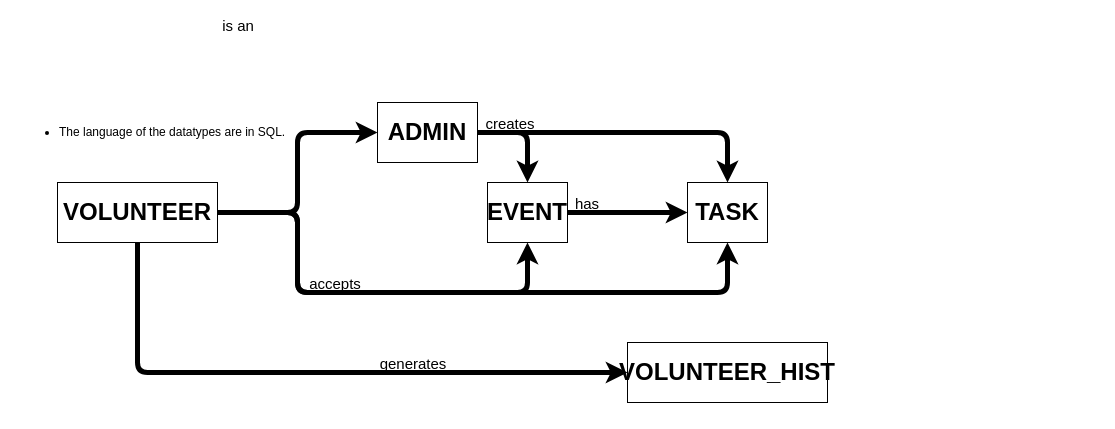
Imanoodle13/COSC4353-Assignments keeps this draw.io diagram as Assignment1/UML_database.drawio. Above is the earlier version. Source tidied: cells renumbered, new cells numbered last; positions are measured from the earlier drawing's top-left corner, leaving out a move shared by most shapes. Both pictures are drawn from the tidied source at 100%, with x=0, y=0 at pixel (17, 102).
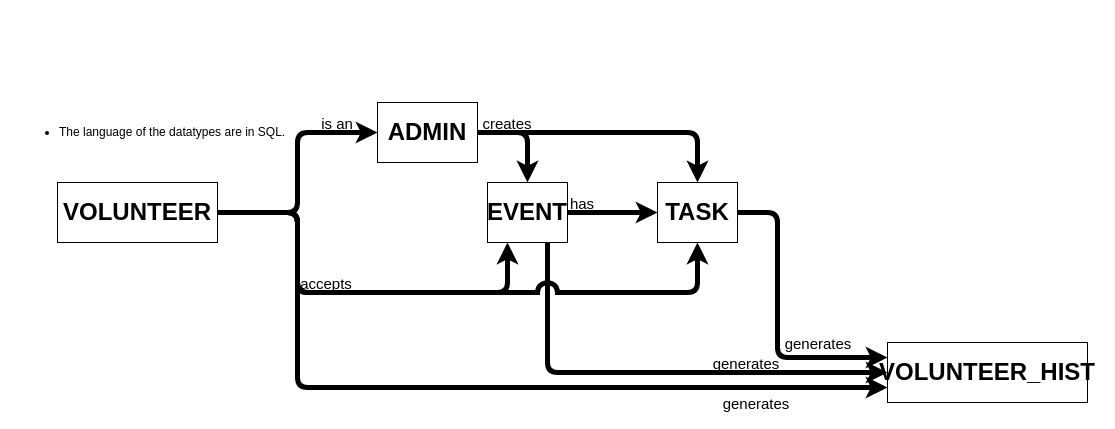
After the change.

Commit message:
Refactored Conceptual Database UML

Unchanged cells that the change refers to:
```xml
<mxCell id="4" value="VOLUNTEER" style="whiteSpace=wrap;fillColor=none;fontFamily=Calibri;fontColor=light-dark(#000000,#0038FF);fontSize=24;fontStyle=1;align=center;" parent="1" vertex="1">
  <mxGeometry x="40" y="80" width="160" height="60" as="geometry" />
</mxCell>
<mxCell id="5" value="ADMIN" style="whiteSpace=wrap;fillColor=none;fontFamily=Calibri;fontColor=light-dark(#000000,#00F3FF);fontSize=24;fontStyle=1;align=center;" parent="1" vertex="1">
  <mxGeometry x="360" width="100" height="60" as="geometry" />
</mxCell>
<mxCell id="7" value="EVENT" style="whiteSpace=wrap;fillColor=none;fontFamily=Calibri;fontColor=light-dark(#000000,#FF7100);fontSize=24;fontStyle=1;align=center;" parent="1" vertex="1">
  <mxGeometry x="470" y="80" width="80" height="60" as="geometry" />
</mxCell>
```

The edit, as a diff of the source:
```diff
@@
+    <mxCell id="15" value="generates" style="edgeStyle=elbowEdgeStyle;exitX=0.75;exitY=1;exitDx=0;exitDy=0;entryX=0;entryY=0.5;entryDx=0;entryDy=0;strokeColor=light-dark(#000000,#FF7100);strokeWidth=5;fontFamily=Calibri;fontColor=light-dark(#000000,#FF7100);labelBackgroundColor=none;fontSize=15;jumpStyle=arc;jumpSize=12;" parent="1" edge="1" source="7" target="6">
+      <mxGeometry x="0.4" y="10" relative="1" as="geometry">
+        <Array as="points">
+          <mxPoint x="530" y="200" />
+        </Array>
+      </mxGeometry>
+    </mxCell>
@@
-    <mxCell id="3" style="edgeStyle=orthogonalEdgeStyle;exitX=1;exitY=0.5;exitDx=0;exitDy=0;entryX=0;entryY=0.5;entryDx=0;entryDy=0;strokeColor=light-dark(#000000,#0038FF);strokeWidth=5;fontFamily=Calibri;fontColor=light-dark(#000000,#0038FF);labelBackgroundColor=none;jumpStyle=arc;" parent="1" edge="1" source="4" target="5">
+    <mxCell id="3" style="edgeStyle=orthogonalEdgeStyle;exitX=1;exitY=0.5;exitDx=0;exitDy=0;entryX=0;entryY=0.5;entryDx=0;entryDy=0;strokeColor=light-dark(#000000,#0038FF);strokeWidth=5;fontFamily=Calibri;fontColor=light-dark(#000000,#0038FF);labelBackgroundColor=none;jumpStyle=arc;jumpSize=12;" parent="1" edge="1" source="4" target="5">
       <mxGeometry relative="1" as="geometry" />
     </mxCell>
@@
     <mxCell id="6" value="VOLUNTEER_HIST" style="whiteSpace=wrap;fillColor=none;fontFamily=Calibri;fontColor=light-dark(#000000,#9300FF);fontSize=24;fontStyle=1;align=center;" parent="1" vertex="1">
-      <mxGeometry x="610" y="240" width="200" height="60" as="geometry" />
+      <mxGeometry x="870" y="240" width="200" height="60" as="geometry" />
     </mxCell>
@@
     <mxCell id="8" value="TASK" style="whiteSpace=wrap;fillColor=none;fontFamily=Calibri;fontColor=light-dark(#000000,#FFC600);fontSize=24;fontStyle=1;align=center;" parent="1" vertex="1">
-      <mxGeometry x="670" y="80" width="80" height="60" as="geometry" />
+      <mxGeometry x="640" y="80" width="80" height="60" as="geometry" />
     </mxCell>
-    <mxCell id="9" value="is an" style="edgeStyle=orthogonalEdgeStyle;exitX=1;exitY=0.5;exitDx=0;exitDy=0;entryX=0.5;entryY=1;entryDx=0;entryDy=0;strokeColor=light-dark(#000000,#0038FF);strokeWidth=5;fontFamily=Calibri;fontColor=light-dark(#000000,#0038FF);flowAnimation=0;labelBackgroundColor=none;fontSize=15;jumpStyle=arc;" parent="1" edge="1" source="4" target="7">
-      <mxGeometry x="-0.64" y="98" relative="1" as="geometry">
+    <mxCell id="9" value="is an" style="edgeStyle=orthogonalEdgeStyle;exitX=1;exitY=0.5;exitDx=0;exitDy=0;entryX=0.25;entryY=1;entryDx=0;entryDy=0;strokeColor=light-dark(#000000,#0038FF);strokeWidth=5;fontFamily=Calibri;fontColor=light-dark(#000000,#0038FF);flowAnimation=0;labelBackgroundColor=none;fontSize=15;jumpStyle=arc;jumpSize=12;" parent="1" edge="1" source="4" target="7">
+      <mxGeometry x="-0.62" y="98" relative="1" as="geometry">
         <Array as="points">
           <mxPoint x="280" y="110" />
           <mxPoint x="280" y="190" />
-          <mxPoint x="510" y="190" />
+          <mxPoint x="490" y="190" />
         </Array>
         <mxPoint x="-58" y="-90" as="offset" />
       </mxGeometry>
     </mxCell>
-    <mxCell id="10" value="generates" style="edgeStyle=orthogonalEdgeStyle;exitX=0.5;exitY=1;exitDx=0;exitDy=0;entryX=0;entryY=0.5;entryDx=0;entryDy=0;strokeColor=light-dark(#000000,#0038FF);strokeWidth=5;fontFamily=Calibri;fontColor=light-dark(#000000,#0038FF);flowAnimation=0;labelBackgroundColor=none;fontSize=15;jumpStyle=arc;" parent="1" edge="1" source="4" target="6">
-      <mxGeometry x="0.31" y="10" relative="1" as="geometry" />
+    <mxCell id="10" value="generates" style="edgeStyle=orthogonalEdgeStyle;exitX=1;exitY=0.5;exitDx=0;exitDy=0;entryX=0;entryY=0.75;entryDx=0;entryDy=0;strokeColor=light-dark(#000000,#0038FF);strokeWidth=5;fontFamily=Calibri;fontColor=light-dark(#000000,#0038FF);flowAnimation=0;labelBackgroundColor=none;fontSize=15;jumpStyle=arc;jumpSize=12;" parent="1" edge="1" source="4" target="6">
+      <mxGeometry x="0.69" y="-15" relative="1" as="geometry">
+        <Array as="points">
+          <mxPoint x="280" y="110" />
+          <mxPoint x="280" y="285" />
+        </Array>
+      </mxGeometry>
     </mxCell>
-    <mxCell id="11" style="edgeStyle=orthogonalEdgeStyle;exitX=1;exitY=0.5;exitDx=0;exitDy=0;entryX=0.5;entryY=0;entryDx=0;entryDy=0;strokeColor=light-dark(#000000,#00F3FF);strokeWidth=5;fontFamily=Calibri;fontColor=light-dark(#000000,#0038FF);labelBackgroundColor=none;jumpStyle=arc;" parent="1" edge="1" source="5" target="7">
+    <mxCell id="11" style="edgeStyle=orthogonalEdgeStyle;exitX=1;exitY=0.5;exitDx=0;exitDy=0;entryX=0.5;entryY=0;entryDx=0;entryDy=0;strokeColor=light-dark(#000000,#00F3FF);strokeWidth=5;fontFamily=Calibri;fontColor=light-dark(#000000,#0038FF);labelBackgroundColor=none;jumpStyle=arc;jumpSize=12;" parent="1" edge="1" source="5" target="7">
       <mxGeometry relative="1" as="geometry" />
     </mxCell>
-    <mxCell id="12" value="creates" style="edgeStyle=orthogonalEdgeStyle;exitX=1;exitY=0.5;exitDx=0;exitDy=0;strokeColor=light-dark(#000000,#00F3FF);strokeWidth=5;fontFamily=Calibri;fontColor=light-dark(#000000,#00F3FF);labelBackgroundColor=none;entryX=0.5;entryY=0;entryDx=0;entryDy=0;fontSize=15;jumpStyle=arc;" parent="1" edge="1" source="5" target="8">
+    <mxCell id="12" value="creates" style="edgeStyle=orthogonalEdgeStyle;exitX=1;exitY=0.5;exitDx=0;exitDy=0;strokeColor=light-dark(#000000,#00F3FF);strokeWidth=5;fontFamily=Calibri;fontColor=light-dark(#000000,#00F3FF);labelBackgroundColor=none;entryX=0.5;entryY=0;entryDx=0;entryDy=0;fontSize=15;jumpStyle=arc;jumpSize=12;" parent="1" edge="1" source="5" target="8">
       <mxGeometry x="-0.78" y="10" relative="1" as="geometry" />
     </mxCell>
@@
-    <mxCell id="14" value="accepts" style="edgeStyle=orthogonalEdgeStyle;exitX=1;exitY=0.5;exitDx=0;exitDy=0;entryX=0.5;entryY=1;entryDx=0;entryDy=0;strokeColor=light-dark(#000000,#0038FF);strokeWidth=5;fontFamily=Calibri;fontColor=light-dark(#000000,#0038FF);flowAnimation=0;labelBackgroundColor=none;fontSize=15;jumpStyle=arc;" parent="1" edge="1" source="4" target="8">
+    <mxCell id="14" value="accepts" style="edgeStyle=orthogonalEdgeStyle;exitX=1;exitY=0.5;exitDx=0;exitDy=0;entryX=0.5;entryY=1;entryDx=0;entryDy=0;strokeColor=light-dark(#000000,#0038FF);strokeWidth=5;fontFamily=Calibri;fontColor=light-dark(#000000,#0038FF);flowAnimation=0;labelBackgroundColor=none;fontSize=15;jumpStyle=arc;jumpSize=12;" parent="1" edge="1" source="4" target="8">
       <mxGeometry x="-0.38" y="10" relative="1" as="geometry">
         <Array as="points">
           <mxPoint x="280" y="110" />
           <mxPoint x="280" y="190" />
-          <mxPoint x="710" y="190" />
+          <mxPoint x="680" y="190" />
         </Array>
       </mxGeometry>
     </mxCell>
+    <mxCell id="16" value="generates" style="edgeStyle=orthogonalEdgeStyle;exitX=1;exitY=0.5;exitDx=0;exitDy=0;strokeColor=light-dark(#000000, #f6c843);strokeWidth=5;fontFamily=Calibri;fontColor=light-dark(#000000,#F6C843);flowAnimation=0;labelBackgroundColor=none;fontSize=15;jumpStyle=arc;entryX=0;entryY=0.25;entryDx=0;entryDy=0;jumpSize=12;" parent="1" edge="1" source="8" target="6">
+      <mxGeometry x="0.53" y="15" relative="1" as="geometry">
+        <Array as="points">
+          <mxPoint x="760" y="110" />
+          <mxPoint x="760" y="255" />
+        </Array>
+      </mxGeometry>
+    </mxCell>
```
